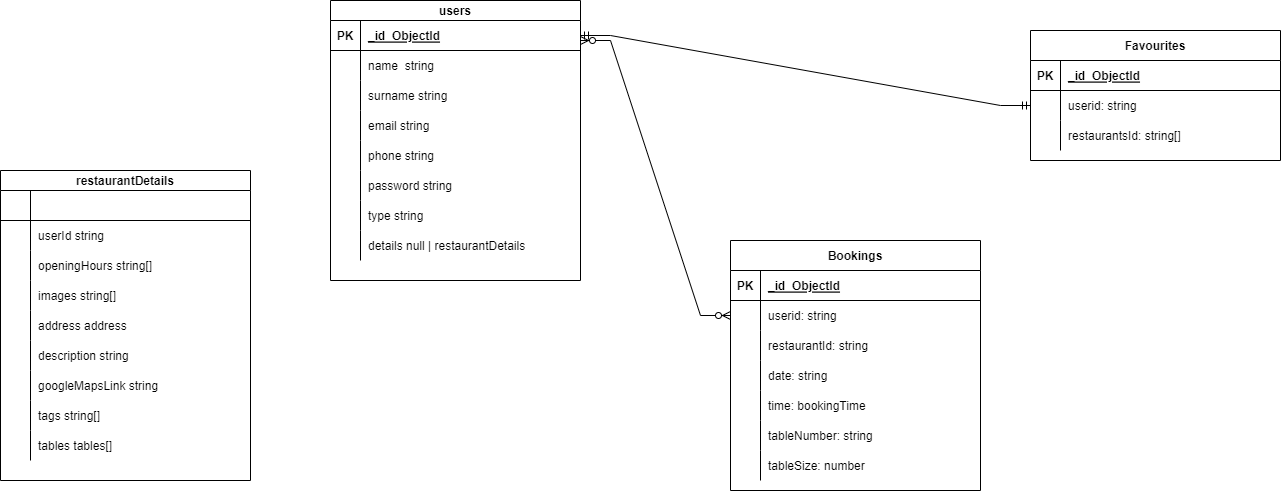
Above: tablook-api/database-erd.png in TomekStolarz/tablook (draw.io), before the change. Source tidied: cells renumbered, new cells last; positions are measured from the earlier drawing's top-left corner, leaving out a move shared by most shapes.
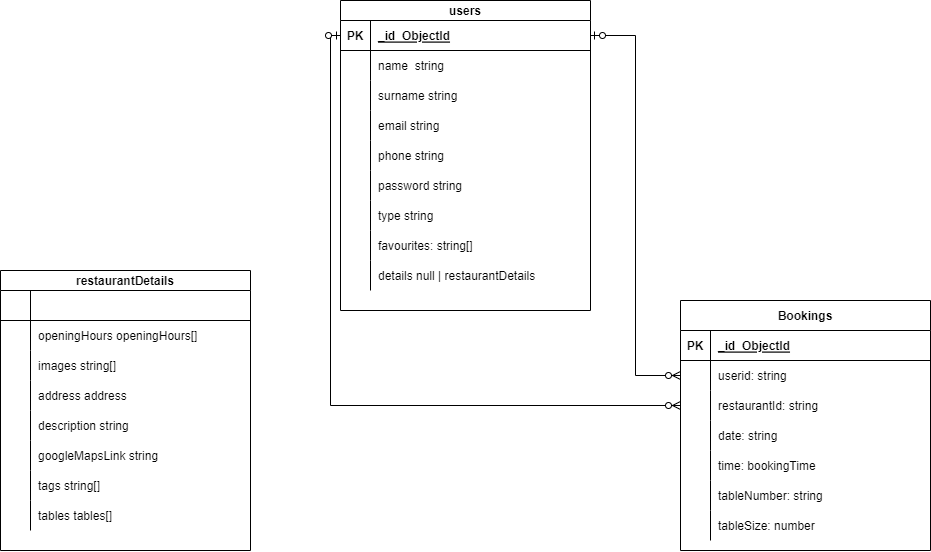
After the commit.

The edit, as a diff of the source:
```diff
@@ -2,38 +2,8 @@
   <root>
     <mxCell id="0" />
     <mxCell id="1" parent="0" />
-    <mxCell id="2" value="Favourites" style="shape=table;startSize=30;rowLines=0;fontStyle=1;align=center;" parent="1" vertex="1">
-      <mxGeometry x="1030" y="30" width="250" height="130" as="geometry" />
-    </mxCell>
-    <mxCell id="3" style="shape=partialRectangle;fillColor=none;top=0;left=0;right=0;bottom=1;" parent="2" vertex="1">
-      <mxGeometry y="30" width="250" height="30" as="geometry" />
-    </mxCell>
-    <mxCell id="4" value="PK" style="shape=partialRectangle;overflow=hidden;fillColor=none;top=0;left=0;bottom=0;right=0;fontStyle=1;" parent="3" vertex="1">
-      <mxGeometry width="30" height="30" as="geometry" />
-    </mxCell>
-    <mxCell id="5" value="_id  ObjectId" style="shape=partialRectangle;overflow=hidden;fillColor=none;top=0;left=0;bottom=0;right=0;align=left;spacingLeft=6;fontStyle=5;" parent="3" vertex="1">
-      <mxGeometry x="30" width="220" height="30" as="geometry" />
-    </mxCell>
-    <mxCell id="6" style="shape=partialRectangle;fillColor=none;points=[[0,0.5],[1,0.5]];portConstraint=eastwest;top=0;left=0;right=0;bottom=0;" parent="2" vertex="1">
-      <mxGeometry y="60" width="250" height="30" as="geometry" />
-    </mxCell>
-    <mxCell id="7" style="shape=partialRectangle;overflow=hidden;fillColor=none;top=0;left=0;bottom=0;right=0;" parent="6" vertex="1">
-      <mxGeometry width="30" height="30" as="geometry" />
-    </mxCell>
-    <mxCell id="8" value="userid: string" style="shape=partialRectangle;overflow=hidden;fillColor=none;top=0;left=0;bottom=0;right=0;align=left;spacingLeft=6;" parent="6" vertex="1">
-      <mxGeometry x="30" width="220" height="30" as="geometry" />
-    </mxCell>
-    <mxCell id="9" style="shape=partialRectangle;fillColor=none;top=0;left=0;right=0;bottom=0;" parent="2" vertex="1">
-      <mxGeometry y="90" width="250" height="30" as="geometry" />
-    </mxCell>
-    <mxCell id="10" style="shape=partialRectangle;overflow=hidden;fillColor=none;top=0;left=0;bottom=0;right=0;" parent="9" vertex="1">
-      <mxGeometry width="30" height="30" as="geometry" />
-    </mxCell>
-    <mxCell id="11" value="restaurantsId: string[]" style="shape=partialRectangle;overflow=hidden;fillColor=none;top=0;left=0;bottom=0;right=0;align=left;spacingLeft=6;" parent="9" vertex="1">
-      <mxGeometry x="30" width="220" height="30" as="geometry" />
-    </mxCell>
     <mxCell id="12" value="users" style="shape=table;startSize=20;rowLines=0;fontStyle=1;align=center;" parent="1" vertex="1">
-      <mxGeometry x="330" width="250" height="280" as="geometry" />
+      <mxGeometry x="330" width="250" height="310" as="geometry" />
     </mxCell>
     <mxCell id="13" style="shape=partialRectangle;fillColor=none;points=[[0,0.5],[1,0.5]];portConstraint=eastwest;top=0;left=0;right=0;bottom=1;" parent="12" vertex="1">
       <mxGeometry y="20" width="250" height="30" as="geometry" />
@@ -98,8 +68,17 @@
     <mxCell id="33" value="type string" style="shape=partialRectangle;overflow=hidden;fillColor=none;top=0;left=0;bottom=0;right=0;align=left;spacingLeft=6;" parent="31" vertex="1">
       <mxGeometry x="30" width="220" height="30" as="geometry" />
     </mxCell>
+    <mxCell id="89" style="shape=partialRectangle;fillColor=none;top=0;left=0;right=0;bottom=0;" parent="12" vertex="1">
+      <mxGeometry y="230" width="250" height="30" as="geometry" />
+    </mxCell>
+    <mxCell id="90" style="shape=partialRectangle;overflow=hidden;fillColor=none;top=0;left=0;bottom=0;right=0;" parent="89" vertex="1">
+      <mxGeometry width="30" height="30" as="geometry" />
+    </mxCell>
+    <mxCell id="91" value="favourites: string[]" style="shape=partialRectangle;overflow=hidden;fillColor=none;top=0;left=0;bottom=0;right=0;align=left;spacingLeft=6;" parent="89" vertex="1">
+      <mxGeometry x="30" width="220" height="30" as="geometry" />
+    </mxCell>
     <mxCell id="34" style="shape=partialRectangle;fillColor=none;top=0;left=0;right=0;bottom=0;" parent="12" vertex="1">
-      <mxGeometry y="230" width="250" height="30" as="geometry" />
+      <mxGeometry y="260" width="250" height="30" as="geometry" />
     </mxCell>
     <mxCell id="35" style="shape=partialRectangle;overflow=hidden;fillColor=none;top=0;left=0;bottom=0;right=0;" parent="34" vertex="1">
       <mxGeometry width="30" height="30" as="geometry" />
@@ -108,7 +87,7 @@
       <mxGeometry x="30" width="220" height="30" as="geometry" />
     </mxCell>
     <mxCell id="37" value="restaurantDetails" style="shape=table;startSize=20;rowLines=0;fontStyle=1;align=center;" parent="1" vertex="1">
-      <mxGeometry y="170" width="250" height="310" as="geometry" />
+      <mxGeometry x="-10" y="270" width="250" height="280" as="geometry" />
     </mxCell>
     <mxCell id="38" style="shape=partialRectangle;fillColor=none;top=0;left=0;right=0;bottom=1;" parent="37" vertex="1">
       <mxGeometry y="20" width="250" height="30" as="geometry" />
@@ -119,26 +98,17 @@
     <mxCell id="40" style="shape=partialRectangle;overflow=hidden;fillColor=none;top=0;left=0;bottom=0;right=0;align=left;spacingLeft=6;fontStyle=5;" parent="38" vertex="1">
       <mxGeometry x="30" width="220" height="30" as="geometry" />
     </mxCell>
-    <mxCell id="41" style="shape=partialRectangle;fillColor=none;top=0;left=0;right=0;bottom=0;" parent="37" vertex="1">
-      <mxGeometry y="50" width="250" height="30" as="geometry" />
-    </mxCell>
-    <mxCell id="42" style="shape=partialRectangle;overflow=hidden;fillColor=none;top=0;left=0;bottom=0;right=0;" parent="41" vertex="1">
-      <mxGeometry width="30" height="30" as="geometry" />
-    </mxCell>
-    <mxCell id="43" value="userId string" style="shape=partialRectangle;overflow=hidden;fillColor=none;top=0;left=0;bottom=0;right=0;align=left;spacingLeft=6;" parent="41" vertex="1">
-      <mxGeometry x="30" width="220" height="30" as="geometry" />
-    </mxCell>
     <mxCell id="44" style="shape=partialRectangle;fillColor=none;top=0;left=0;right=0;bottom=0;" parent="37" vertex="1">
-      <mxGeometry y="80" width="250" height="30" as="geometry" />
+      <mxGeometry y="50" width="250" height="30" as="geometry" />
     </mxCell>
     <mxCell id="45" style="shape=partialRectangle;overflow=hidden;fillColor=none;top=0;left=0;bottom=0;right=0;" parent="44" vertex="1">
       <mxGeometry width="30" height="30" as="geometry" />
     </mxCell>
-    <mxCell id="46" value="openingHours string[]" style="shape=partialRectangle;overflow=hidden;fillColor=none;top=0;left=0;bottom=0;right=0;align=left;spacingLeft=6;" parent="44" vertex="1">
+    <mxCell id="46" value="openingHours openingHours[]" style="shape=partialRectangle;overflow=hidden;fillColor=none;top=0;left=0;bottom=0;right=0;align=left;spacingLeft=6;" parent="44" vertex="1">
       <mxGeometry x="30" width="220" height="30" as="geometry" />
     </mxCell>
     <mxCell id="47" style="shape=partialRectangle;fillColor=none;top=0;left=0;right=0;bottom=0;" parent="37" vertex="1">
-      <mxGeometry y="110" width="250" height="30" as="geometry" />
+      <mxGeometry y="80" width="250" height="30" as="geometry" />
     </mxCell>
     <mxCell id="48" style="shape=partialRectangle;overflow=hidden;fillColor=none;top=0;left=0;bottom=0;right=0;" parent="47" vertex="1">
       <mxGeometry width="30" height="30" as="geometry" />
@@ -147,7 +117,7 @@
       <mxGeometry x="30" width="220" height="30" as="geometry" />
     </mxCell>
     <mxCell id="50" style="shape=partialRectangle;fillColor=none;top=0;left=0;right=0;bottom=0;" parent="37" vertex="1">
-      <mxGeometry y="140" width="250" height="30" as="geometry" />
+      <mxGeometry y="110" width="250" height="30" as="geometry" />
     </mxCell>
     <mxCell id="51" style="shape=partialRectangle;overflow=hidden;fillColor=none;top=0;left=0;bottom=0;right=0;" parent="50" vertex="1">
       <mxGeometry width="30" height="30" as="geometry" />
@@ -156,7 +126,7 @@
       <mxGeometry x="30" width="220" height="30" as="geometry" />
     </mxCell>
     <mxCell id="53" style="shape=partialRectangle;fillColor=none;top=0;left=0;right=0;bottom=0;" parent="37" vertex="1">
-      <mxGeometry y="170" width="250" height="30" as="geometry" />
+      <mxGeometry y="140" width="250" height="30" as="geometry" />
     </mxCell>
     <mxCell id="54" style="shape=partialRectangle;overflow=hidden;fillColor=none;top=0;left=0;bottom=0;right=0;" parent="53" vertex="1">
       <mxGeometry width="30" height="30" as="geometry" />
@@ -165,7 +135,7 @@
       <mxGeometry x="30" width="220" height="30" as="geometry" />
     </mxCell>
     <mxCell id="56" style="shape=partialRectangle;fillColor=none;top=0;left=0;right=0;bottom=0;" parent="37" vertex="1">
-      <mxGeometry y="200" width="250" height="30" as="geometry" />
+      <mxGeometry y="170" width="250" height="30" as="geometry" />
     </mxCell>
     <mxCell id="57" style="shape=partialRectangle;overflow=hidden;fillColor=none;top=0;left=0;bottom=0;right=0;" parent="56" vertex="1">
       <mxGeometry width="30" height="30" as="geometry" />
@@ -174,7 +144,7 @@
       <mxGeometry x="30" width="220" height="30" as="geometry" />
     </mxCell>
     <mxCell id="59" style="shape=partialRectangle;fillColor=none;top=0;left=0;right=0;bottom=0;" parent="37" vertex="1">
-      <mxGeometry y="230" width="250" height="30" as="geometry" />
+      <mxGeometry y="200" width="250" height="30" as="geometry" />
     </mxCell>
     <mxCell id="60" style="shape=partialRectangle;overflow=hidden;fillColor=none;top=0;left=0;bottom=0;right=0;" parent="59" vertex="1">
       <mxGeometry width="30" height="30" as="geometry" />
@@ -183,7 +153,7 @@
       <mxGeometry x="30" width="220" height="30" as="geometry" />
     </mxCell>
     <mxCell id="62" style="shape=partialRectangle;fillColor=none;top=0;left=0;right=0;bottom=0;" parent="37" vertex="1">
-      <mxGeometry y="260" width="250" height="30" as="geometry" />
+      <mxGeometry y="230" width="250" height="30" as="geometry" />
     </mxCell>
     <mxCell id="63" style="shape=partialRectangle;overflow=hidden;fillColor=none;top=0;left=0;bottom=0;right=0;" parent="62" vertex="1">
       <mxGeometry width="30" height="30" as="geometry" />
@@ -191,11 +161,8 @@
     <mxCell id="64" value="tables tables[]" style="shape=partialRectangle;overflow=hidden;fillColor=none;top=0;left=0;bottom=0;right=0;align=left;spacingLeft=6;" parent="62" vertex="1">
       <mxGeometry x="30" width="220" height="30" as="geometry" />
     </mxCell>
-    <mxCell id="65" style="edgeStyle=entityRelationEdgeStyle;fontSize=12;html=1;endArrow=ERmandOne;startArrow=ERmandOne;rounded=0;entryX=1;entryY=0.5;entryDx=0;entryDy=0;exitX=0;exitY=0.5;exitDx=0;exitDy=0;" parent="1" edge="1" source="6" target="13">
-      <mxGeometry relative="1" as="geometry" />
-    </mxCell>
     <mxCell id="66" value="Bookings" style="shape=table;startSize=30;rowLines=0;fontStyle=1;align=center;" parent="1" vertex="1">
-      <mxGeometry x="730" y="240" width="250" height="250" as="geometry" />
+      <mxGeometry x="670" y="300" width="250" height="250" as="geometry" />
     </mxCell>
     <mxCell id="67" style="shape=partialRectangle;fillColor=none;top=0;left=0;right=0;bottom=1;" parent="66" vertex="1">
       <mxGeometry y="30" width="250" height="30" as="geometry" />
@@ -260,10 +227,11 @@
     <mxCell id="87" value="tableSize: number" style="shape=partialRectangle;overflow=hidden;fillColor=none;top=0;left=0;bottom=0;right=0;align=left;spacingLeft=6;" parent="85" vertex="1">
       <mxGeometry x="30" width="220" height="30" as="geometry" />
     </mxCell>
-    <mxCell id="88" style="edgeStyle=entityRelationEdgeStyle;fontSize=12;html=1;endArrow=ERzeroToMany;endFill=1;startArrow=ERzeroToMany;rounded=0;entryX=0;entryY=0.5;entryDx=0;entryDy=0;" parent="1" edge="1" target="70">
-      <mxGeometry relative="1" as="geometry">
-        <mxPoint x="580" y="40" as="sourcePoint" />
-      </mxGeometry>
-    </mxCell>
+    <mxCell id="92" style="edgeStyle=orthogonalEdgeStyle;fontSize=12;html=1;endArrow=ERzeroToMany;startArrow=ERzeroToOne;rounded=0;exitX=1;exitY=0.5;exitDx=0;exitDy=0;entryX=0;entryY=0.5;entryDx=0;entryDy=0;" parent="1" edge="1" source="13" target="70">
+      <mxGeometry relative="1" as="geometry" />
+    </mxCell>
+    <mxCell id="93" style="edgeStyle=orthogonalEdgeStyle;fontSize=12;html=1;endArrow=ERzeroToMany;startArrow=ERzeroToOne;rounded=0;entryX=0;entryY=0.5;entryDx=0;entryDy=0;exitX=0;exitY=0.5;exitDx=0;exitDy=0;" parent="1" edge="1" source="13" target="73">
+      <mxGeometry relative="1" as="geometry" />
+    </mxCell>
   </root>
 </mxGraphModel>
```
